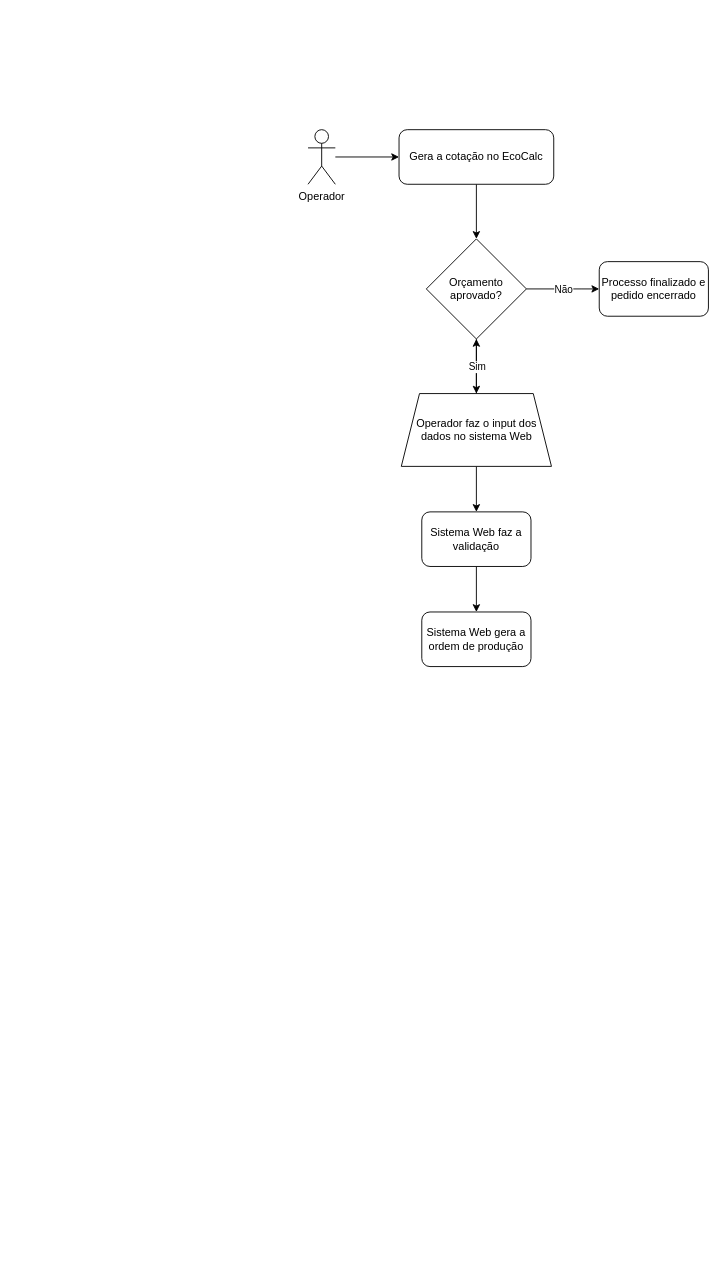
Before: SKF.drawio in marioalboy/techinfos, a draw.io diagram. Source tidied: cells renumbered, new cells numbered last; positions are measured from the earlier drawing's top-left corner, leaving out a move shared by most shapes. Both pictures are drawn from the tidied source at 91%, with x=0, y=0 at pixel (308, 129).
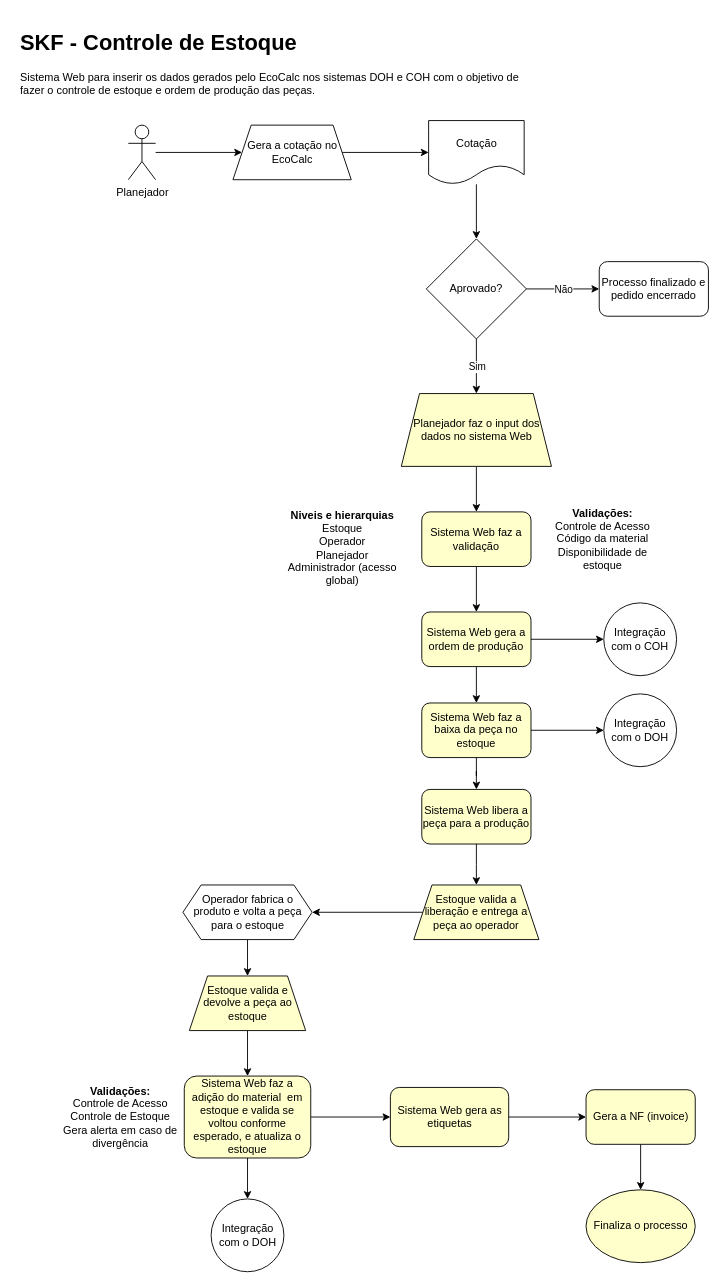
The same diagram, later.

The edit, as a diff of the source:
```diff
@@
-    <mxCell id="3" value="Operador" style="shape=umlActor;verticalLabelPosition=bottom;verticalAlign=top;html=1;outlineConnect=0;" parent="1" vertex="1">
-      <mxGeometry width="30" height="60" as="geometry" />
+    <mxCell id="3" value="Planejador" style="shape=umlActor;verticalLabelPosition=bottom;verticalAlign=top;html=1;outlineConnect=0;" parent="1" vertex="1">
+      <mxGeometry x="-197.5" y="-5" width="30" height="60" as="geometry" />
     </mxCell>
-    <mxCell id="4" style="edgeStyle=orthogonalEdgeStyle;rounded=0;jettySize=auto;html=1;exitX=0.5;exitY=1;exitDx=0;exitDy=0;entryX=0.5;entryY=0;entryDx=0;entryDy=0;" parent="1" edge="1" source="5" target="6">
-      <mxGeometry relative="1" as="geometry" />
-    </mxCell>
-    <mxCell id="5" value="Gera a cotação no EcoCalc" style="rounded=1;whiteSpace=wrap;html=1;" parent="1" vertex="1">
-      <mxGeometry x="100" width="170" height="60" as="geometry" />
-    </mxCell>
-    <mxCell id="6" value="Orçamento aprovado?" style="rhombus;whiteSpace=wrap;html=1;" parent="1" vertex="1">
+    <mxCell id="6" value="Aprovado?" style="rhombus;whiteSpace=wrap;html=1;" parent="1" vertex="1">
       <mxGeometry x="130" y="120" width="110" height="110" as="geometry" />
     </mxCell>
@@
-    <mxCell id="10" style="edgeStyle=orthogonalEdgeStyle;rounded=0;jettySize=auto;html=1;" parent="1" edge="1" source="12" target="6">
-      <mxGeometry relative="1" as="geometry" />
-    </mxCell>
@@
-    <mxCell id="12" value="Operador faz o input dos dados no sistema Web" style="shape=trapezoid;perimeter=trapezoidPerimeter;whiteSpace=wrap;html=1;fixedSize=1;" parent="1" vertex="1">
+    <mxCell id="12" value="Planejador faz o input dos dados no sistema Web" style="shape=trapezoid;perimeter=trapezoidPerimeter;whiteSpace=wrap;html=1;fixedSize=1;fillColor=#FFFFCC;" parent="1" vertex="1">
       <mxGeometry x="102.5" y="290" width="165" height="80" as="geometry" />
     </mxCell>
@@
-    <mxCell id="16" value="Sistema Web faz a validação" style="rounded=1;whiteSpace=wrap;html=1;" parent="1" vertex="1">
+    <mxCell id="16" value="Sistema Web faz a validação" style="rounded=1;whiteSpace=wrap;html=1;fillColor=#FFFFCC;" parent="1" vertex="1">
       <mxGeometry x="125" y="420" width="120" height="60" as="geometry" />
     </mxCell>
+    <mxCell id="18" style="edgeStyle=orthogonalEdgeStyle;rounded=0;jettySize=auto;html=1;" parent="1" edge="1" source="17" target="22">
+      <mxGeometry relative="1" as="geometry" />
+    </mxCell>
+    <mxCell id="19" style="edgeStyle=orthogonalEdgeStyle;rounded=0;jettySize=auto;html=1;" parent="1" edge="1" source="17" target="28">
+      <mxGeometry relative="1" as="geometry" />
+    </mxCell>
-    <mxCell id="17" value="Sistema Web gera a ordem de produção" style="rounded=1;whiteSpace=wrap;html=1;" parent="1" vertex="1">
+    <mxCell id="17" value="Sistema Web gera a ordem de produção" style="rounded=1;whiteSpace=wrap;html=1;fillColor=#FFFFCC;" parent="1" vertex="1">
       <mxGeometry x="125" y="530" width="120" height="60" as="geometry" />
     </mxCell>
+    <mxCell id="20" style="edgeStyle=orthogonalEdgeStyle;rounded=0;jettySize=auto;html=1;" parent="1" edge="1" source="22" target="24">
+      <mxGeometry relative="1" as="geometry" />
+    </mxCell>
+    <mxCell id="21" style="edgeStyle=orthogonalEdgeStyle;rounded=0;jettySize=auto;html=1;" parent="1" edge="1" source="22" target="29">
+      <mxGeometry relative="1" as="geometry" />
+    </mxCell>
+    <mxCell id="22" value="Sistema Web faz a baixa da peça no estoque" style="rounded=1;whiteSpace=wrap;html=1;fillColor=#FFFFCC;" parent="1" vertex="1">
+      <mxGeometry x="125" y="630" width="120" height="60" as="geometry" />
+    </mxCell>
+    <mxCell id="23" style="edgeStyle=orthogonalEdgeStyle;rounded=0;jettySize=auto;html=1;" parent="1" edge="1" source="24" target="35">
+      <mxGeometry relative="1" as="geometry" />
+    </mxCell>
+    <mxCell id="24" value="Sistema Web libera a peça para a produção" style="rounded=1;whiteSpace=wrap;html=1;fillColor=#FFFFCC;" parent="1" vertex="1">
+      <mxGeometry x="125" y="725" width="120" height="60" as="geometry" />
+    </mxCell>
+    <mxCell id="25" style="edgeStyle=orthogonalEdgeStyle;rounded=0;jettySize=auto;html=1;" parent="1" edge="1" source="26" target="6">
+      <mxGeometry relative="1" as="geometry" />
+    </mxCell>
+    <mxCell id="26" value="Cotação" style="shape=document;whiteSpace=wrap;html=1;boundedLbl=1;" parent="1" vertex="1">
+      <mxGeometry x="132.5" y="-10" width="105" height="70" as="geometry" />
+    </mxCell>
+    <mxCell id="27" style="edgeStyle=orthogonalEdgeStyle;rounded=0;jettySize=auto;html=1;" parent="1" edge="1" source="5" target="26">
+      <mxGeometry relative="1" as="geometry" />
+    </mxCell>
+    <mxCell id="5" value="&lt;span&gt;Gera a cotação no EcoCalc&lt;/span&gt;" style="shape=trapezoid;perimeter=trapezoidPerimeter;whiteSpace=wrap;html=1;fixedSize=1;" parent="1" vertex="1">
+      <mxGeometry x="-82.5" y="-5" width="130" height="60" as="geometry" />
+    </mxCell>
+    <mxCell id="28" value="&lt;span&gt;Integração com o COH&lt;/span&gt;" style="ellipse;whiteSpace=wrap;html=1;" parent="1" vertex="1">
+      <mxGeometry x="325" y="520" width="80" height="80" as="geometry" />
+    </mxCell>
+    <mxCell id="29" value="&lt;span&gt;Integração com o DOH&lt;/span&gt;" style="ellipse;whiteSpace=wrap;html=1;" parent="1" vertex="1">
+      <mxGeometry x="325" y="620" width="80" height="80" as="geometry" />
+    </mxCell>
+    <mxCell id="30" value="&lt;div&gt;&lt;b&gt;Niveis e hierarquias&lt;/b&gt;&lt;/div&gt;&lt;div&gt;Estoque&lt;/div&gt;&lt;div&gt;Operador&lt;/div&gt;&lt;div&gt;Planejador&lt;/div&gt;&lt;div&gt;Administrador (acesso global)&lt;/div&gt;" style="text;html=1;strokeColor=none;fillColor=none;align=center;verticalAlign=middle;whiteSpace=wrap;rounded=0;" parent="1" vertex="1">
+      <mxGeometry x="-37.5" y="412" width="150" height="96" as="geometry" />
+    </mxCell>
+    <mxCell id="31" value="&lt;div&gt;&lt;b&gt;Validações:&lt;/b&gt;&lt;/div&gt;&lt;div&gt;Controle de Acesso&lt;/div&gt;&lt;div&gt;Código da material&lt;/div&gt;&lt;div&gt;Disponibilidade de estoque&lt;/div&gt;" style="text;html=1;strokeColor=none;fillColor=none;align=center;verticalAlign=middle;whiteSpace=wrap;rounded=0;" parent="1" vertex="1">
+      <mxGeometry x="255" y="402" width="137.5" height="96" as="geometry" />
+    </mxCell>
+    <mxCell id="32" style="edgeStyle=orthogonalEdgeStyle;rounded=0;jettySize=auto;html=1;" parent="1" edge="1" source="33" target="37">
+      <mxGeometry relative="1" as="geometry" />
+    </mxCell>
+    <mxCell id="33" value="Operador fabrica o produto e volta a peça para o estoque" style="shape=hexagon;perimeter=hexagonPerimeter2;whiteSpace=wrap;html=1;fixedSize=1;" parent="1" vertex="1">
+      <mxGeometry x="-137.5" y="830" width="142" height="60" as="geometry" />
+    </mxCell>
+    <mxCell id="34" style="edgeStyle=orthogonalEdgeStyle;rounded=0;jettySize=auto;html=1;" parent="1" edge="1" source="35" target="33">
+      <mxGeometry relative="1" as="geometry" />
+    </mxCell>
+    <mxCell id="35" value="Estoque valida a liberação e entrega a peça ao operador" style="shape=trapezoid;perimeter=trapezoidPerimeter;whiteSpace=wrap;html=1;fixedSize=1;fillColor=#FFFFCC;" parent="1" vertex="1">
+      <mxGeometry x="116.2" y="830" width="137.5" height="60" as="geometry" />
+    </mxCell>
+    <mxCell id="36" style="edgeStyle=orthogonalEdgeStyle;rounded=0;jettySize=auto;html=1;" parent="1" edge="1" source="37" target="40">
+      <mxGeometry relative="1" as="geometry" />
+    </mxCell>
+    <mxCell id="37" value="Estoque valida e devolve a peça ao estoque" style="shape=trapezoid;perimeter=trapezoidPerimeter;whiteSpace=wrap;html=1;fixedSize=1;fillColor=#FFFFCC;" parent="1" vertex="1">
+      <mxGeometry x="-130.4" y="930" width="127.8" height="60" as="geometry" />
+    </mxCell>
+    <mxCell id="38" style="edgeStyle=orthogonalEdgeStyle;rounded=0;jettySize=auto;html=1;" parent="1" edge="1" source="40" target="42">
+      <mxGeometry relative="1" as="geometry" />
+    </mxCell>
+    <mxCell id="39" style="edgeStyle=orthogonalEdgeStyle;rounded=0;jettySize=auto;html=1;" parent="1" edge="1" source="40" target="45">
+      <mxGeometry relative="1" as="geometry" />
+    </mxCell>
+    <mxCell id="40" value="Sistema Web faz a adição do material&amp;nbsp; em estoque e valida se voltou conforme esperado, e atualiza o estoque" style="rounded=1;whiteSpace=wrap;html=1;fillColor=#FFFFCC;" parent="1" vertex="1">
+      <mxGeometry x="-136" y="1040" width="139" height="90" as="geometry" />
+    </mxCell>
+    <mxCell id="41" style="edgeStyle=orthogonalEdgeStyle;rounded=0;jettySize=auto;html=1;" parent="1" edge="1" source="42" target="44">
+      <mxGeometry relative="1" as="geometry" />
+    </mxCell>
+    <mxCell id="42" value="Sistema Web gera as etiquetas" style="whiteSpace=wrap;html=1;rounded=1;fillColor=#FFFFCC;" parent="1" vertex="1">
+      <mxGeometry x="90.5" y="1052.5" width="130" height="65" as="geometry" />
+    </mxCell>
+    <mxCell id="43" style="edgeStyle=orthogonalEdgeStyle;rounded=0;jettySize=auto;html=1;" parent="1" edge="1" source="44" target="47">
+      <mxGeometry relative="1" as="geometry" />
+    </mxCell>
+    <mxCell id="44" value="Gera a NF (invoice)" style="whiteSpace=wrap;html=1;rounded=1;fillColor=#FFFFCC;" parent="1" vertex="1">
+      <mxGeometry x="305.5" y="1055" width="120" height="60" as="geometry" />
+    </mxCell>
+    <mxCell id="45" value="&lt;span&gt;Integração com o DOH&lt;/span&gt;" style="ellipse;whiteSpace=wrap;html=1;" parent="1" vertex="1">
+      <mxGeometry x="-106.5" y="1175" width="80" height="80" as="geometry" />
+    </mxCell>
+    <mxCell id="46" value="&lt;div&gt;&lt;b&gt;Validações:&lt;/b&gt;&lt;/div&gt;&lt;div&gt;Controle de Acesso&lt;/div&gt;&lt;div&gt;Controle de Estoque&lt;/div&gt;&lt;div&gt;Gera alerta em caso de divergência&lt;/div&gt;" style="text;html=1;strokeColor=none;fillColor=none;align=center;verticalAlign=middle;whiteSpace=wrap;rounded=0;" parent="1" vertex="1">
+      <mxGeometry x="-275" y="1037" width="137.5" height="96" as="geometry" />
+    </mxCell>
+    <mxCell id="47" value="&lt;span&gt;Finaliza o processo&lt;/span&gt;" style="ellipse;whiteSpace=wrap;html=1;rounded=1;fillColor=#FFFFCC;" parent="1" vertex="1">
+      <mxGeometry x="305.5" y="1165" width="120" height="80" as="geometry" />
+    </mxCell>
+    <mxCell id="48" value="&lt;h1&gt;SKF - Controle de Estoque&amp;nbsp;&lt;/h1&gt;&lt;p&gt;Sistema Web para inserir os dados gerados pelo EcoCalc nos sistemas DOH e COH com o objetivo de fazer o controle de estoque e ordem de produção das peças.&lt;/p&gt;" style="text;html=1;strokeColor=none;fillColor=none;spacing=5;spacingTop=-20;whiteSpace=wrap;overflow=hidden;rounded=0;" parent="1" vertex="1">
+      <mxGeometry x="-321" y="-115" width="580" height="120" as="geometry" />
+    </mxCell>
```
